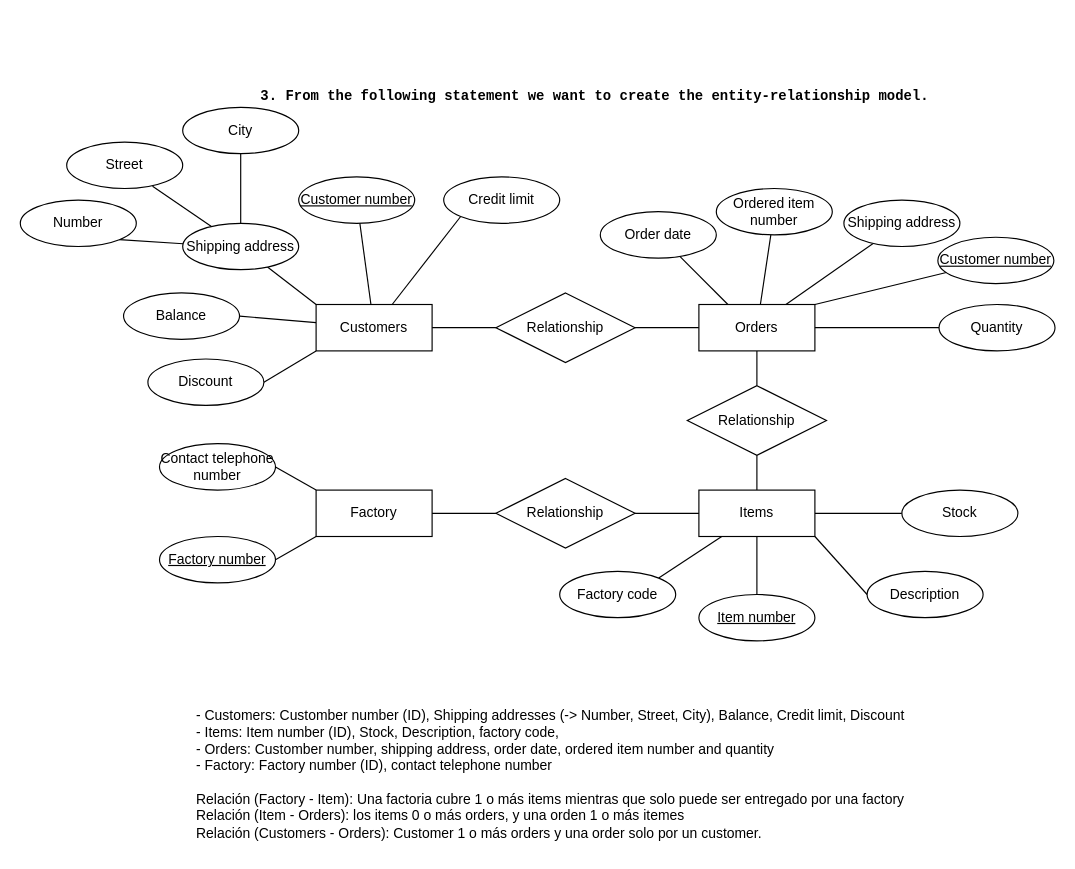
The draw.io diagram page "Exercise 3" (3 of 5) of ejercicio3.drawio in Maek0s/1DAM_Databases, before the edit. Source tidied: cells renumbered, new cells numbered last; positions are measured from the earlier drawing's top-left corner, leaving out a move shared by most shapes. Both pictures are drawn from the tidied source at 116%, with x=0, y=0 at pixel (20, 78).
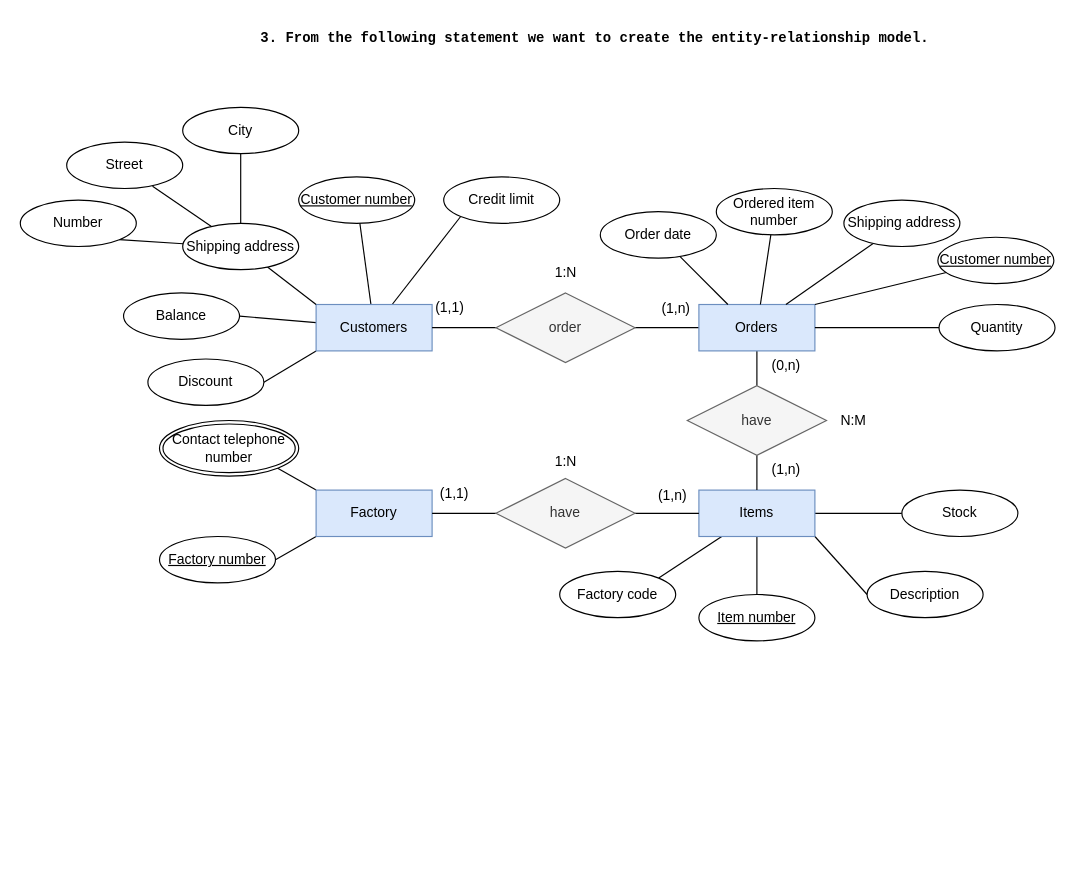
The same page after the edit.

Change to the diagram source:
```diff
@@
-    <mxCell id="2" value="&lt;div&gt;- Customers: Customber number (ID), Shipping addresses (-&amp;gt; Number, Street, City), Balance, Credit limit, Discount&lt;/div&gt;&lt;div&gt;- Items: Item number (ID), Stock, Description, factory code,&amp;nbsp;&lt;/div&gt;&lt;div&gt;- Orders: Customber number, shipping address, order date, ordered item number and quantity&lt;/div&gt;&lt;div&gt;- Factory: Factory number (ID), contact telephone number&lt;/div&gt;&lt;div&gt;&lt;br&gt;&lt;/div&gt;&lt;div&gt;Relación (Factory - Item): Una factoria cubre 1 o más items mientras que solo puede ser entregado por una factory&lt;/div&gt;&lt;div&gt;Relación (Item - Orders): los items 0 o más orders, y una orden 1 o más itemes&lt;/div&gt;&lt;div&gt;Relación (Customers - Orders): Customer 1 o más orders y una order solo por un customer.&lt;/div&gt;" style="text;html=1;align=left;verticalAlign=middle;strokeColor=none;fillColor=none;" parent="1" vertex="1">
-      <mxGeometry x="150" y="535" width="630" height="130" as="geometry" />
-    </mxCell>
@@
-    <mxCell id="7" value="Customers" style="whiteSpace=wrap;html=1;align=center;" parent="1" vertex="1">
+    <mxCell id="7" value="Customers" style="whiteSpace=wrap;html=1;align=center;fillColor=#dae8fc;strokeColor=#6c8ebf;" parent="1" vertex="1">
       <mxGeometry x="255" y="195" width="100" height="40" as="geometry" />
     </mxCell>
@@
-    <mxCell id="10" value="Orders" style="whiteSpace=wrap;html=1;align=center;" parent="1" vertex="1">
+    <mxCell id="10" value="Orders" style="whiteSpace=wrap;html=1;align=center;fillColor=#dae8fc;strokeColor=#6c8ebf;" parent="1" vertex="1">
       <mxGeometry x="585" y="195" width="100" height="40" as="geometry" />
     </mxCell>
@@
-    <mxCell id="15" value="Items" style="whiteSpace=wrap;html=1;align=center;" parent="1" vertex="1">
+    <mxCell id="15" value="Items" style="whiteSpace=wrap;html=1;align=center;fillColor=#dae8fc;strokeColor=#6c8ebf;" parent="1" vertex="1">
       <mxGeometry x="585" y="355" width="100" height="40" as="geometry" />
     </mxCell>
@@
-    <mxCell id="17" style="rounded=0;jettySize=auto;html=1;entryX=1;entryY=0.5;entryDx=0;entryDy=0;endArrow=none;endFill=0;exitX=0;exitY=0;exitDx=0;exitDy=0;" parent="1" edge="1" source="18" target="48">
-      <mxGeometry relative="1" as="geometry" />
+    <mxCell id="17" style="rounded=0;jettySize=auto;html=1;endArrow=none;endFill=0;exitX=0;exitY=0;exitDx=0;exitDy=0;" parent="1" edge="1" source="18">
+      <mxGeometry relative="1" as="geometry">
+        <mxPoint x="220" y="335" as="targetPoint" />
+      </mxGeometry>
     </mxCell>
-    <mxCell id="18" value="Factory" style="whiteSpace=wrap;html=1;align=center;" parent="1" vertex="1">
+    <mxCell id="18" value="Factory" style="whiteSpace=wrap;html=1;align=center;fillColor=#dae8fc;strokeColor=#6c8ebf;" parent="1" vertex="1">
       <mxGeometry x="255" y="355" width="100" height="40" as="geometry" />
     </mxCell>
@@
-    <mxCell id="20" value="Relationship" style="shape=rhombus;perimeter=rhombusPerimeter;whiteSpace=wrap;html=1;align=center;" parent="1" vertex="1">
+    <mxCell id="20" value="order" style="shape=rhombus;perimeter=rhombusPerimeter;whiteSpace=wrap;html=1;align=center;fillColor=#f5f5f5;fontColor=#333333;strokeColor=#666666;" parent="1" vertex="1">
       <mxGeometry x="410" y="185" width="120" height="60" as="geometry" />
     </mxCell>
@@
-    <mxCell id="23" value="Relationship" style="shape=rhombus;perimeter=rhombusPerimeter;whiteSpace=wrap;html=1;align=center;" parent="1" vertex="1">
+    <mxCell id="23" value="have" style="shape=rhombus;perimeter=rhombusPerimeter;whiteSpace=wrap;html=1;align=center;fillColor=#f5f5f5;fontColor=#333333;strokeColor=#666666;" parent="1" vertex="1">
       <mxGeometry x="410" y="345" width="120" height="60" as="geometry" />
     </mxCell>
@@
-    <mxCell id="25" value="Relationship" style="shape=rhombus;perimeter=rhombusPerimeter;whiteSpace=wrap;html=1;align=center;" parent="1" vertex="1">
+    <mxCell id="25" value="have" style="shape=rhombus;perimeter=rhombusPerimeter;whiteSpace=wrap;html=1;align=center;fillColor=#f5f5f5;fontColor=#333333;strokeColor=#666666;" parent="1" vertex="1">
       <mxGeometry x="575" y="265" width="120" height="60" as="geometry" />
     </mxCell>
@@
-    <mxCell id="48" value="Contact telephone number" style="ellipse;whiteSpace=wrap;html=1;align=center;" parent="1" vertex="1">
-      <mxGeometry x="120" y="315" width="100" height="40" as="geometry" />
-    </mxCell>
@@
     <mxCell id="54" value="&lt;b&gt;&lt;font face=&quot;Courier New&quot;&gt;3. From the following statement we want to create the entity-relationship model.&lt;/font&gt;&lt;/b&gt;" style="text;html=1;align=center;verticalAlign=middle;strokeColor=none;fillColor=none;" parent="1" vertex="1">
-      <mxGeometry x="195" width="600" height="30" as="geometry" />
+      <mxGeometry x="195" y="-50" width="600" height="30" as="geometry" />
     </mxCell>
+    <mxCell id="55" value="(1,n)" style="text;html=1;align=center;verticalAlign=middle;strokeColor=none;fillColor=none;" parent="1" vertex="1">
+      <mxGeometry x="540" y="184" width="50" height="30" as="geometry" />
+    </mxCell>
+    <mxCell id="56" value="(1,1)" style="text;html=1;align=center;verticalAlign=middle;strokeColor=none;fillColor=none;" parent="1" vertex="1">
+      <mxGeometry x="345" y="183" width="50" height="30" as="geometry" />
+    </mxCell>
+    <mxCell id="57" value="1:N" style="text;html=1;align=center;verticalAlign=middle;strokeColor=none;fillColor=none;" parent="1" vertex="1">
+      <mxGeometry x="450" y="153" width="40" height="30" as="geometry" />
+    </mxCell>
+    <mxCell id="58" value="(0,n)" style="text;html=1;align=center;verticalAlign=middle;strokeColor=none;fillColor=none;" parent="1" vertex="1">
+      <mxGeometry x="635" y="233" width="50" height="30" as="geometry" />
+    </mxCell>
+    <mxCell id="59" value="(1,n)" style="text;html=1;align=center;verticalAlign=middle;strokeColor=none;fillColor=none;" parent="1" vertex="1">
+      <mxGeometry x="635" y="323" width="50" height="30" as="geometry" />
+    </mxCell>
+    <mxCell id="60" value="N:M" style="text;html=1;align=center;verticalAlign=middle;strokeColor=none;fillColor=none;" parent="1" vertex="1">
+      <mxGeometry x="693" y="280" width="50" height="30" as="geometry" />
+    </mxCell>
+    <mxCell id="61" value="(1,n)" style="text;html=1;align=center;verticalAlign=middle;strokeColor=none;fillColor=none;" parent="1" vertex="1">
+      <mxGeometry x="537" y="345" width="50" height="30" as="geometry" />
+    </mxCell>
+    <mxCell id="62" value="(1,1)" style="text;html=1;align=center;verticalAlign=middle;strokeColor=none;fillColor=none;" parent="1" vertex="1">
+      <mxGeometry x="349" y="343" width="50" height="30" as="geometry" />
+    </mxCell>
+    <mxCell id="63" value="1:N" style="text;html=1;align=center;verticalAlign=middle;strokeColor=none;fillColor=none;" parent="1" vertex="1">
+      <mxGeometry x="450" y="316" width="40" height="30" as="geometry" />
+    </mxCell>
+    <mxCell id="48" value="Contact telephone number" style="ellipse;shape=doubleEllipse;margin=3;whiteSpace=wrap;html=1;align=center;" parent="1" vertex="1">
+      <mxGeometry x="120" y="295" width="120" height="48" as="geometry" />
+    </mxCell>
```
